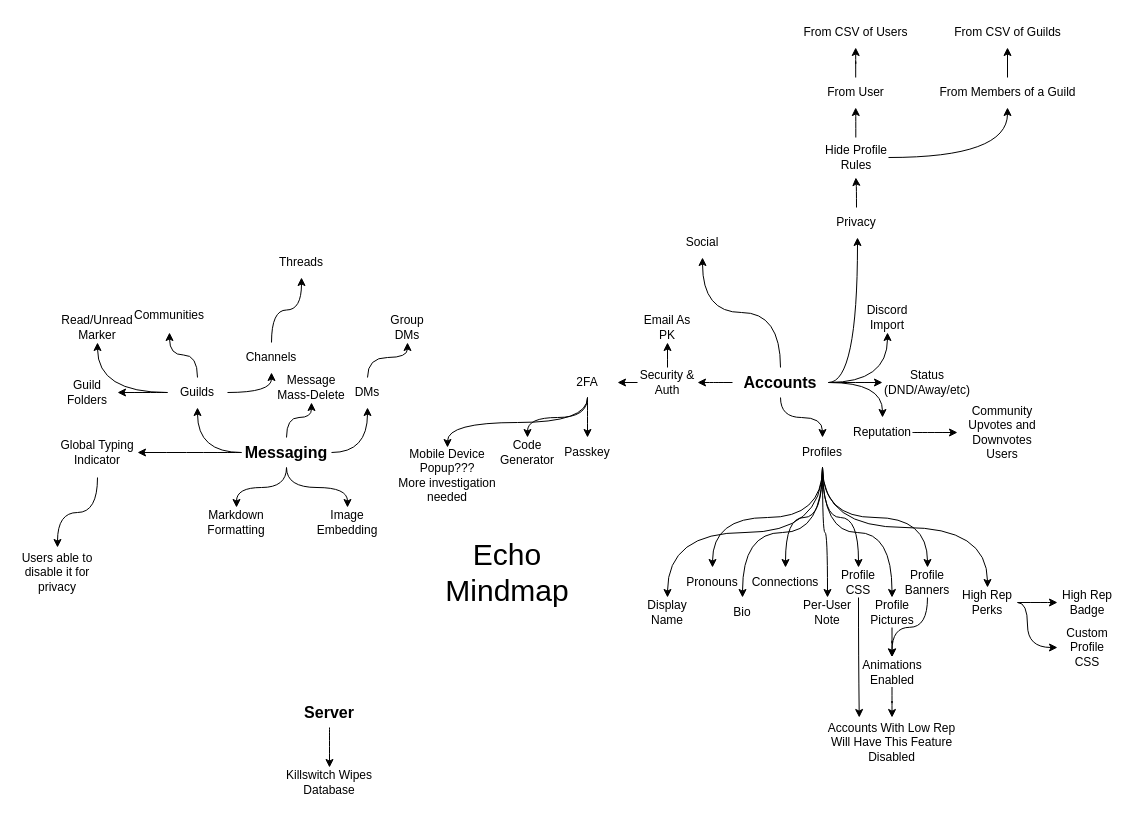
This is api/drawio/Features Brainstorm.drawio from Echo-Chat-Systems/docs, a draw.io file, before an edit. Source tidied: cells renumbered, new cells numbered last; positions are measured from the earlier drawing's top-left corner, leaving out a move shared by most shapes. Both pictures are drawn from the tidied source at 100%, with x=0, y=0 at pixel (17, 17).
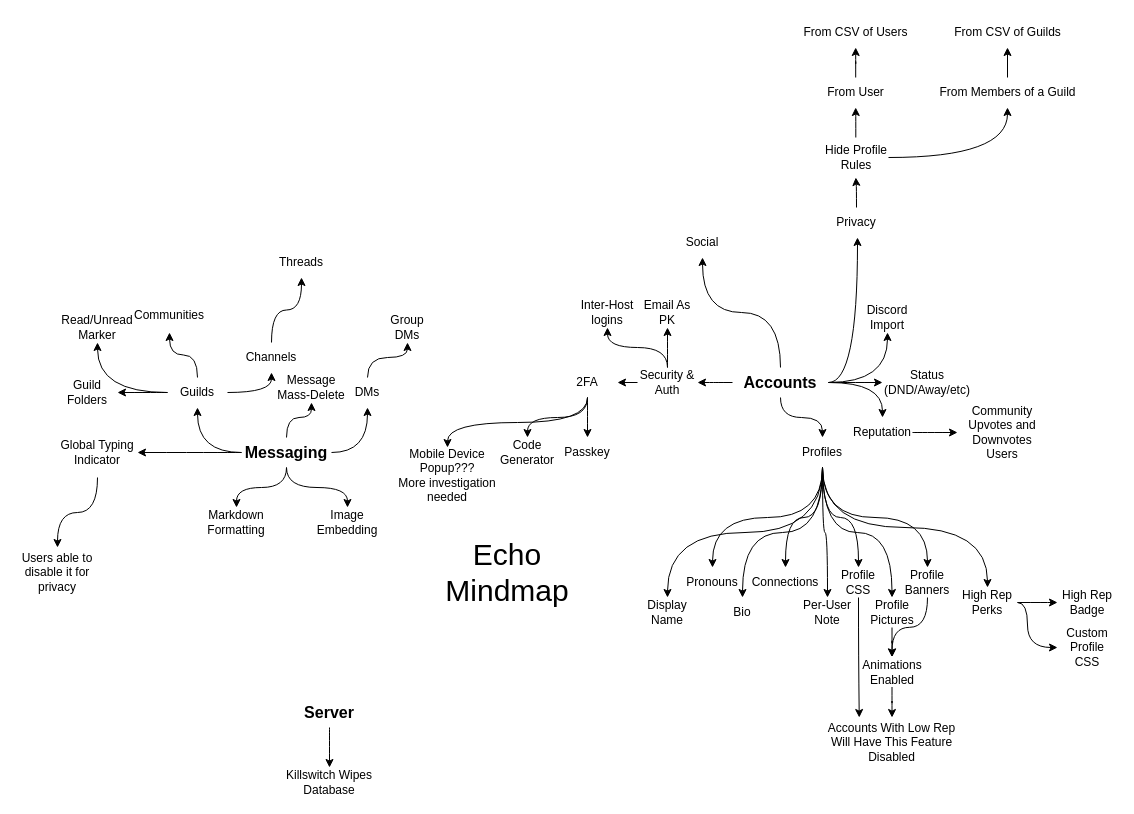
After the change.

Unchanged cells that the change refers to:
```xml
<mxCell id="73" value="Security &amp;amp; Auth" style="text;html=1;align=center;verticalAlign=middle;whiteSpace=wrap;rounded=0;" parent="1" vertex="1">
  <mxGeometry x="620" y="350" width="60" height="30" as="geometry" />
</mxCell>
```

What changed in the source:
```diff
@@
     <mxCell id="70" value="Email As PK" style="text;html=1;align=center;verticalAlign=middle;whiteSpace=wrap;rounded=0;" parent="1" vertex="1">
-      <mxGeometry x="620" y="295" width="60" height="30" as="geometry" />
+      <mxGeometry x="620" y="280" width="60" height="30" as="geometry" />
     </mxCell>
@@
+    <mxCell id="98" style="edgeStyle=orthogonalEdgeStyle;rounded=0;jettySize=auto;html=1;curved=1;" parent="1" edge="1" source="73" target="99">
+      <mxGeometry relative="1" as="geometry" />
+    </mxCell>
@@
+    <mxCell id="99" value="Inter-Host logins" style="text;html=1;align=center;verticalAlign=middle;whiteSpace=wrap;rounded=0;" parent="1" vertex="1">
+      <mxGeometry x="560" y="280" width="60" height="30" as="geometry" />
+    </mxCell>
```
